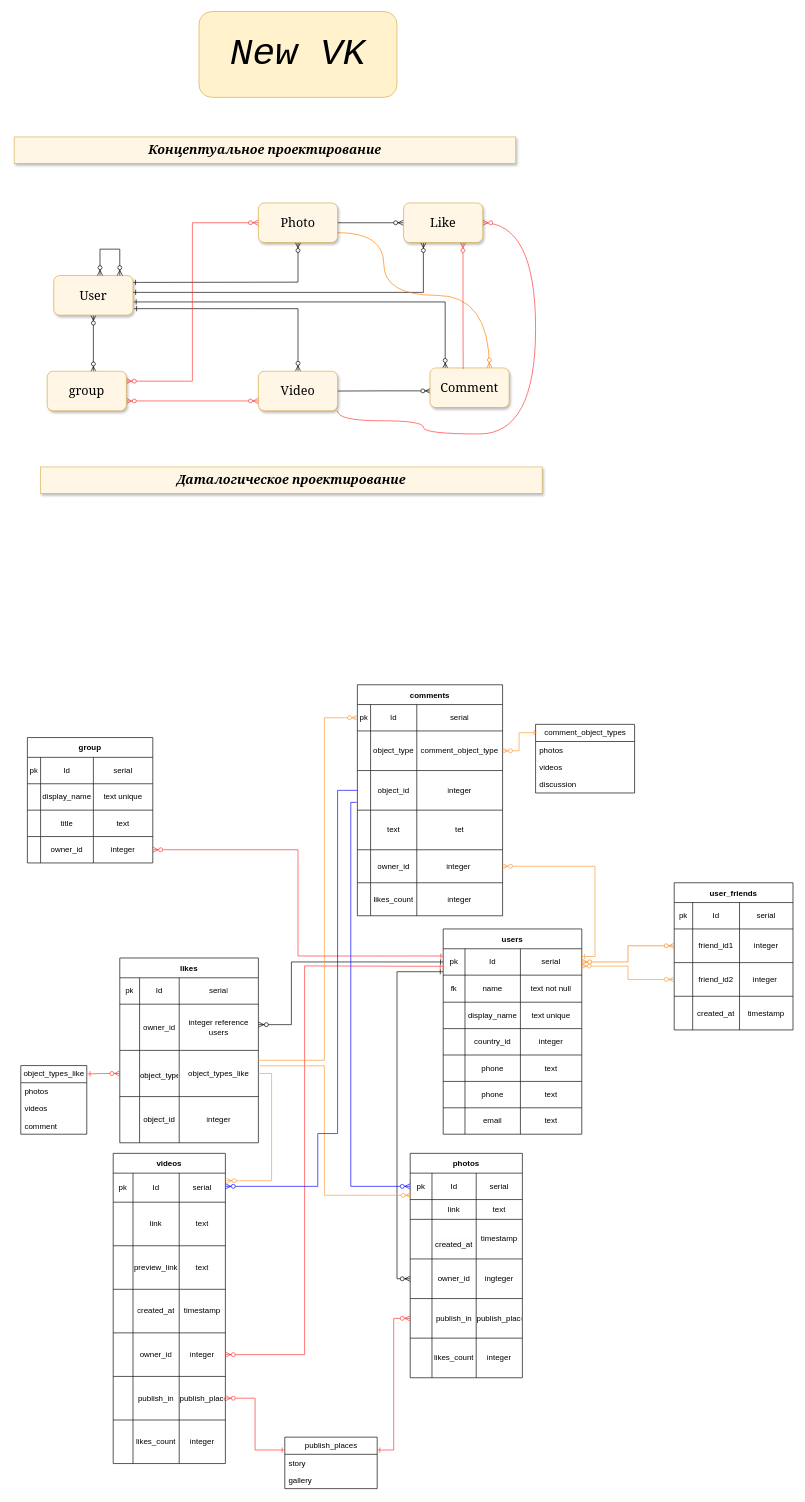
Above: Untitled Diagram.drawio in T0R0NT0T0KY0/ni-api (draw.io), before the change. Source tidied: cells renumbered, new cells numbered last; positions are measured from the earlier drawing's top-left corner, leaving out a move shared by most shapes. Both pictures are drawn from the tidied source at 66%, with x=0, y=0 at pixel (14, 11).
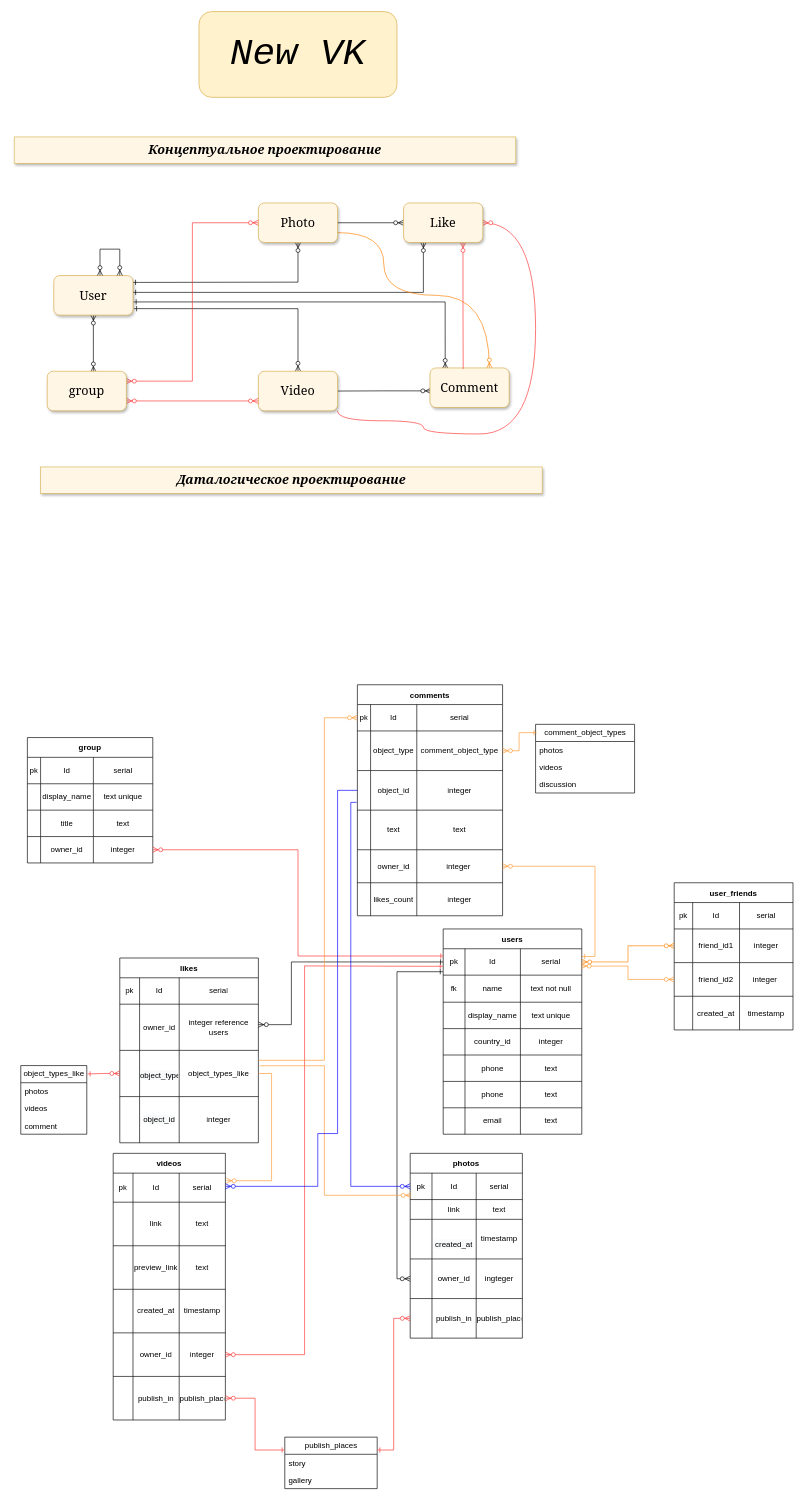
Above is the later version.

Unchanged cells that the change refers to:
```xml
<mxCell id="125" style="shape=partialRectangle;html=1;whiteSpace=wrap;fillColor=none;top=0;left=0;bottom=0;right=0;" parent="112" vertex="1">
  <mxGeometry y="190" width="220" height="60" as="geometry" />
</mxCell>
```

The edit, as a diff of the source:
```diff
@@
     <mxCell id="87" value="photos" style="shape=table;startSize=30;childLayout=tableLayout;fontStyle=1;align=center;" parent="1" vertex="1">
-      <mxGeometry x="600" y="1730" width="170" height="340" as="geometry" />
+      <mxGeometry x="600" y="1730" width="170" height="280" as="geometry" />
     </mxCell>
@@
-    <mxCell id="108" style="shape=partialRectangle;html=1;whiteSpace=wrap;fillColor=none;top=0;left=0;bottom=0;right=0;" parent="87" vertex="1">
-      <mxGeometry y="280" width="170" height="60" as="geometry" />
-    </mxCell>
-    <mxCell id="109" style="shape=partialRectangle;html=1;whiteSpace=wrap;fillColor=none;top=0;left=0;bottom=0;right=0;overflow=hidden;" parent="108" vertex="1">
-      <mxGeometry width="33" height="60" as="geometry" />
-    </mxCell>
-    <mxCell id="110" value="likes_count&lt;br&gt;" style="shape=partialRectangle;fillColor=none;top=0;left=0;bottom=0;right=0;overflow=hidden;whiteSpace=wrap;html=1;" parent="108" vertex="1">
-      <mxGeometry x="33" width="67" height="60" as="geometry" />
-    </mxCell>
-    <mxCell id="111" value="integer" style="shape=partialRectangle;html=1;whiteSpace=wrap;fillColor=none;top=0;left=0;bottom=0;right=0;overflow=hidden;" parent="108" vertex="1">
-      <mxGeometry x="100" width="70" height="60" as="geometry" />
-    </mxCell>
@@
-    <mxCell id="128" value="tet" style="shape=partialRectangle;html=1;whiteSpace=wrap;fillColor=none;top=0;left=0;bottom=0;right=0;overflow=hidden;" parent="125" vertex="1">
+    <mxCell id="128" value="text" style="shape=partialRectangle;html=1;whiteSpace=wrap;fillColor=none;top=0;left=0;bottom=0;right=0;overflow=hidden;" parent="125" vertex="1">
       <mxGeometry x="90" width="130" height="60" as="geometry" />
     </mxCell>
@@
     <mxCell id="137" value="videos" style="shape=table;startSize=30;childLayout=tableLayout;fontStyle=1;align=center;" parent="1" vertex="1">
-      <mxGeometry x="150" y="1730" width="170" height="470" as="geometry" />
+      <mxGeometry x="150" y="1730" width="170" height="404" as="geometry" />
     </mxCell>
@@
-    <mxCell id="162" style="shape=partialRectangle;html=1;whiteSpace=wrap;fillColor=none;top=0;left=0;bottom=0;right=0;" parent="137" vertex="1">
-      <mxGeometry y="404" width="170" height="66" as="geometry" />
-    </mxCell>
-    <mxCell id="163" style="shape=partialRectangle;html=1;whiteSpace=wrap;fillColor=none;top=0;left=0;bottom=0;right=0;overflow=hidden;" parent="162" vertex="1">
-      <mxGeometry width="30" height="66" as="geometry" />
-    </mxCell>
-    <mxCell id="164" value="likes_count" style="shape=partialRectangle;html=1;whiteSpace=wrap;fillColor=none;top=0;left=0;bottom=0;right=0;overflow=hidden;" parent="162" vertex="1">
-      <mxGeometry x="30" width="70" height="66" as="geometry" />
-    </mxCell>
-    <mxCell id="165" value="integer" style="shape=partialRectangle;html=1;whiteSpace=wrap;fillColor=none;top=0;left=0;bottom=0;right=0;overflow=hidden;" parent="162" vertex="1">
-      <mxGeometry x="100" width="70" height="66" as="geometry" />
-    </mxCell>
```
